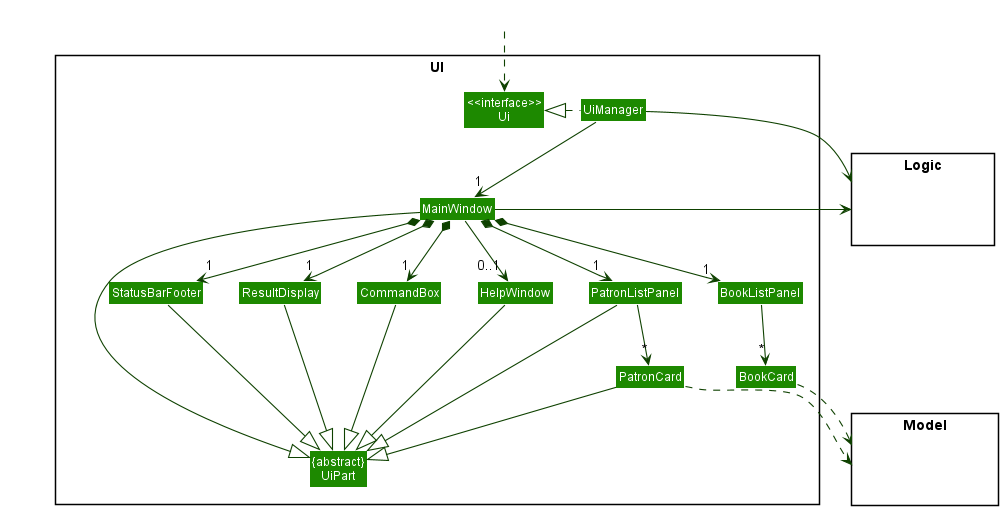
The PlantUML diagram docs/images/UiClassDiagram.png in yuqitanyq/tp, before a commit. The source it was exported from:
```plantuml
@startuml
!include style.puml
skinparam arrowThickness 1.1
skinparam arrowColor UI_COLOR_T4
skinparam classBackgroundColor UI_COLOR

package UI <<Rectangle>>{
Class "<<interface>>\nUi" as Ui
Class "{abstract}\nUiPart" as UiPart
Class UiManager
Class MainWindow
Class HelpWindow
Class ResultDisplay
Class PatronListPanel
Class PatronCard
Class BookListPanel
Class BookCard
Class StatusBarFooter
Class CommandBox
}

package Model <<Rectangle>> {
Class HiddenModel #FFFFFF
}

package Logic <<Rectangle>> {
Class HiddenLogic #FFFFFF
}

Class HiddenOutside #FFFFFF
HiddenOutside ..> Ui

UiManager .left.|> Ui
UiManager -down-> "1" MainWindow
MainWindow *-down->  "1" CommandBox
MainWindow *-down-> "1" ResultDisplay
MainWindow *-down-> "1" PatronListPanel
MainWindow *-down-> "1" BookListPanel
MainWindow *-down-> "1" StatusBarFooter
MainWindow --> "0..1" HelpWindow

PatronListPanel -down-> "*" PatronCard
BookListPanel -down-> "*" BookCard

MainWindow -left-|> UiPart

ResultDisplay --|> UiPart
CommandBox --|> UiPart
PatronListPanel --|> UiPart
PatronCard --|> UiPart
StatusBarFooter --|> UiPart
HelpWindow --|> UiPart

PatronCard ..> Model
BookCard ..> Model
UiManager -right-> Logic
MainWindow -left-> Logic

PatronListPanel -[hidden]left- HelpWindow
HelpWindow -[hidden]left- CommandBox
CommandBox -[hidden]left- ResultDisplay
ResultDisplay -[hidden]left- StatusBarFooter

MainWindow -[hidden]-|> UiPart
PatronCard -[hidden]-|> Model
@enduml
```
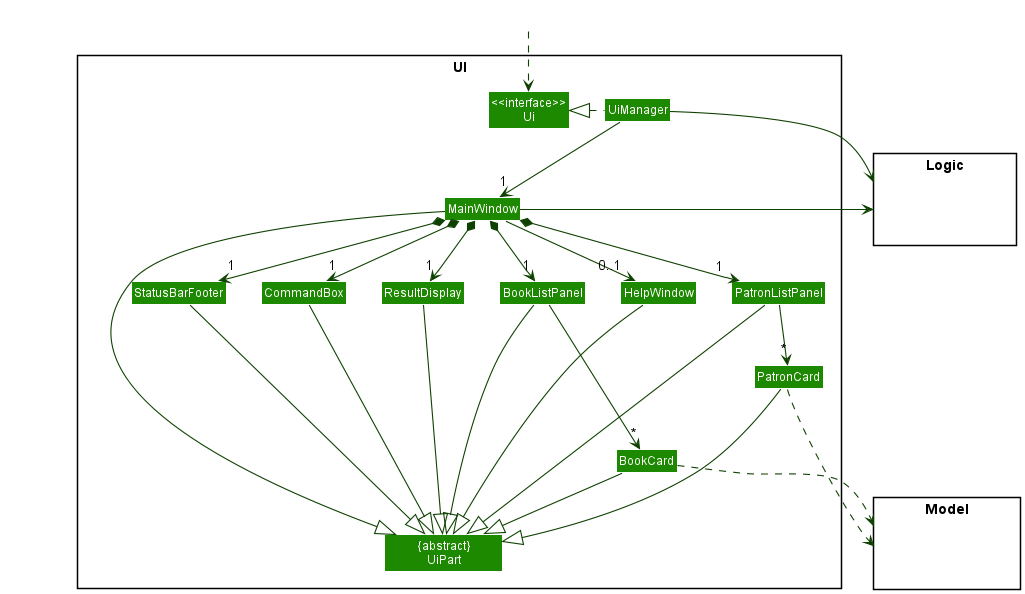
The same diagram one commit later.

Diff of the diagram source:
```diff
@@ -6,7 +6,7 @@
 
 package UI <<Rectangle>>{
 Class "<<interface>>\nUi" as Ui
-Class "{abstract}\nUiPart" as UiPart
+Class "          {abstract}          \n          UiPart          " as UiPart
 Class UiManager
 Class MainWindow
 Class HelpWindow
@@ -46,8 +46,10 @@
 
 ResultDisplay --|> UiPart
 CommandBox --|> UiPart
-PatronListPanel --|> UiPart
+PatronListPanel ----|> UiPart
+BookListPanel ----|> UiPart
 PatronCard --|> UiPart
+BookCard --|> UiPart
 StatusBarFooter --|> UiPart
 HelpWindow --|> UiPart
 
@@ -56,6 +58,7 @@
 UiManager -right-> Logic
 MainWindow -left-> Logic
 
+BookListPanel -[hidden]left- PatronListPanel
 PatronListPanel -[hidden]left- HelpWindow
 HelpWindow -[hidden]left- CommandBox
 CommandBox -[hidden]left- ResultDisplay
@@ -63,4 +66,5 @@
 
 MainWindow -[hidden]-|> UiPart
 PatronCard -[hidden]-|> Model
+
 @enduml
```
